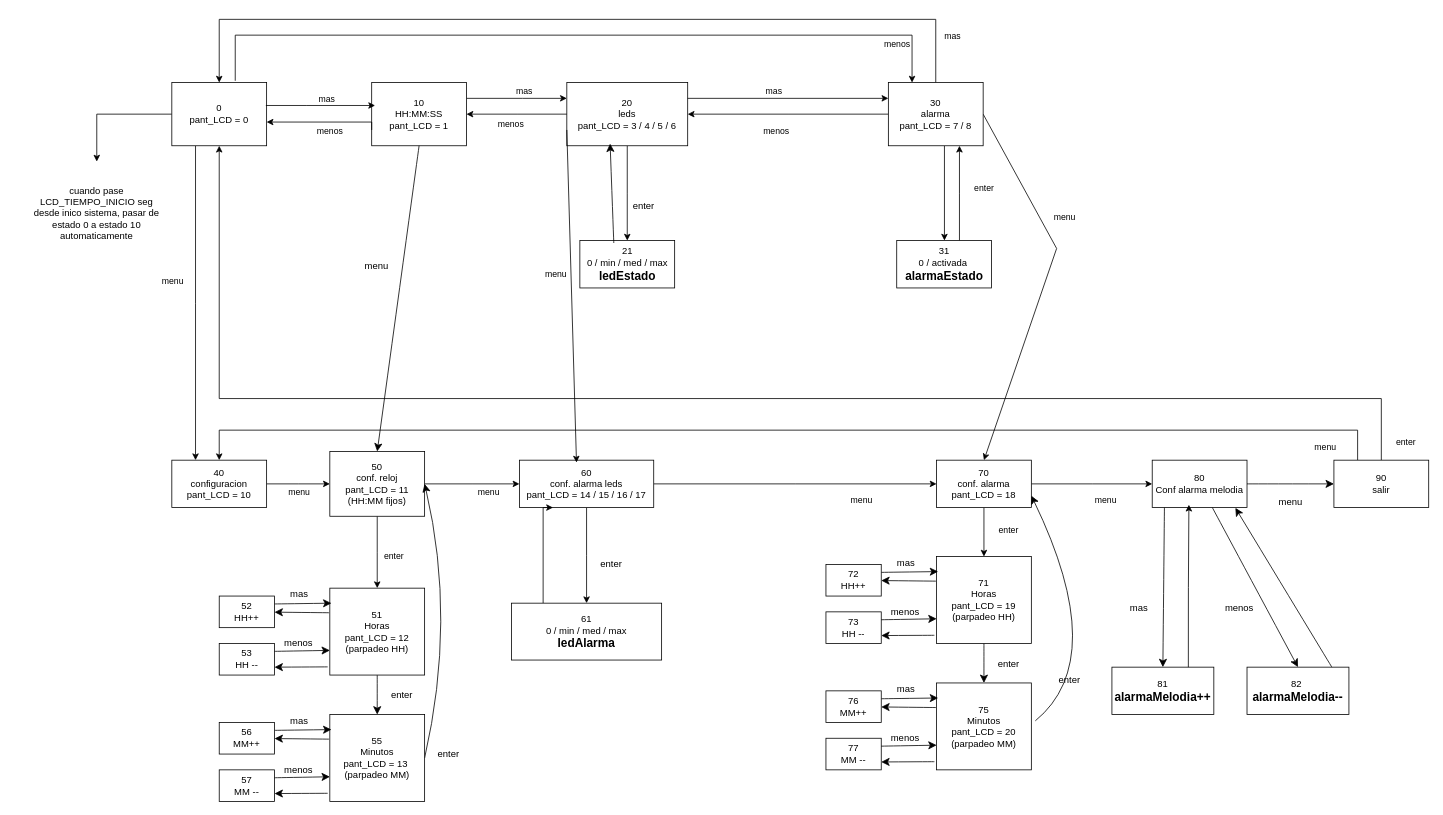
The draw.io diagram page "menu - maqEstados" (3 of 3) of despertadorSolar.drawio in jormiDev/despertadorSolar, before the edit. Source tidied: cells renumbered, new cells numbered last; positions are measured from the earlier drawing's top-left corner, leaving out a move shared by most shapes. Both pictures are drawn from the tidied source at 79%, with x=0, y=0 at pixel (29, 19).
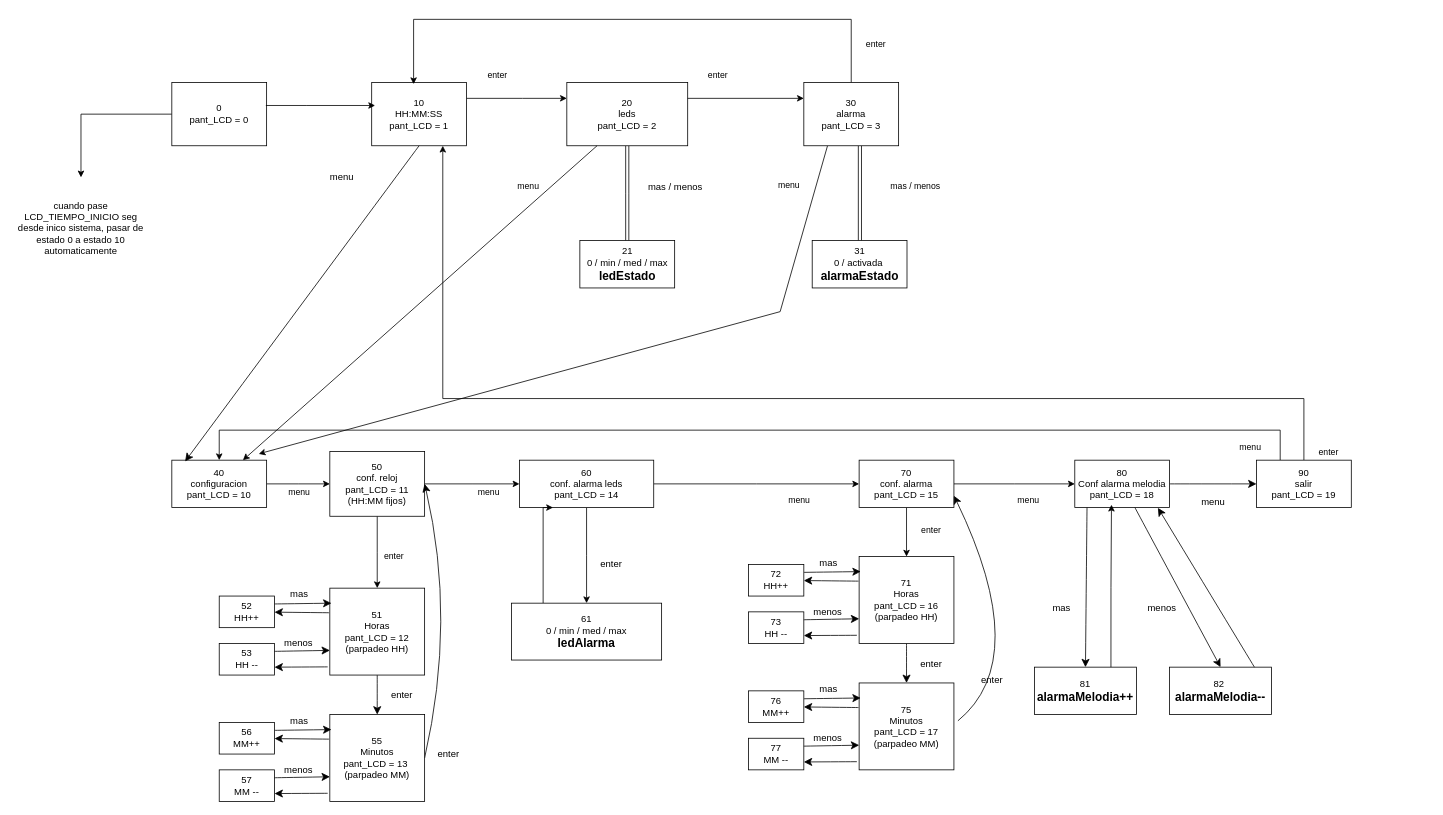
After the change.

The change refers to these unchanged cells:
```xml
<mxCell id="7" value="0&lt;div&gt;pant_LCD = 0&lt;/div&gt;" style="rounded=0;whiteSpace=wrap;html=1;" parent="1" vertex="1">
  <mxGeometry x="180" y="80" width="120" height="80" as="geometry" />
</mxCell>
<mxCell id="8" style="edgeStyle=elbowEdgeStyle;rounded=0;jettySize=auto;html=1;exitX=1;exitY=0.25;exitDx=0;exitDy=0;entryX=0;entryY=0.25;entryDx=0;entryDy=0;" parent="1" edge="1" source="10" target="24">
  <mxGeometry relative="1" as="geometry">
    <Array as="points">
      <mxPoint x="624" y="100" />
      <mxPoint x="634" y="100" />
    </Array>
  </mxGeometry>
</mxCell>
<mxCell id="10" value="10&lt;div&gt;HH:MM:SS&lt;/div&gt;&lt;div&gt;pant_LCD = 1&lt;/div&gt;" style="rounded=0;whiteSpace=wrap;html=1;" parent="1" vertex="1">
  <mxGeometry x="433" y="80" width="120" height="80" as="geometry" />
</mxCell>
<mxCell id="22" style="edgeStyle=elbowEdgeStyle;rounded=0;jettySize=auto;html=1;exitX=1;exitY=0.25;exitDx=0;exitDy=0;entryX=0;entryY=0.25;entryDx=0;entryDy=0;" parent="1" edge="1" source="24" target="19">
  <mxGeometry relative="1" as="geometry">
    <Array as="points">
      <mxPoint x="820" y="110" />
    </Array>
  </mxGeometry>
</mxCell>
<mxCell id="27" value="40&lt;div&gt;configuracion&lt;/div&gt;&lt;div&gt;pant_LCD = 10&lt;/div&gt;" style="rounded=0;whiteSpace=wrap;html=1;" parent="1" vertex="1">
  <mxGeometry x="180" y="558" width="120" height="60" as="geometry" />
</mxCell>
<mxCell id="30" value="21&lt;div&gt;0 / min / med / max&lt;/div&gt;&lt;div&gt;&lt;b&gt;&lt;font style=&quot;font-size: 15px;&quot;&gt;ledEstado&lt;/font&gt;&lt;/b&gt;&lt;/div&gt;" style="rounded=0;whiteSpace=wrap;html=1;" parent="1" vertex="1">
  <mxGeometry x="696.5" y="280" width="120" height="60" as="geometry" />
</mxCell>
<mxCell id="35" style="edgeStyle=elbowEdgeStyle;rounded=0;jettySize=auto;html=1;entryX=0.036;entryY=0.363;entryDx=0;entryDy=0;entryPerimeter=0;exitX=0.992;exitY=0.363;exitDx=0;exitDy=0;exitPerimeter=0;" parent="1" edge="1" source="7" target="10">
  <mxGeometry relative="1" as="geometry">
    <Array as="points">
      <mxPoint x="350" y="120" />
    </Array>
  </mxGeometry>
</mxCell>
<mxCell id="41" value="50&lt;br&gt;&lt;div&gt;conf. reloj&lt;/div&gt;&lt;div&gt;pant_LCD = 11&lt;/div&gt;&lt;div&gt;(HH:MM fijos)&lt;/div&gt;" style="rounded=0;whiteSpace=wrap;html=1;" parent="1" vertex="1">
  <mxGeometry x="380" y="547" width="120" height="82" as="geometry" />
</mxCell>
```

The edit, as a diff of the source:
```diff
@@
-    <mxCell id="2" style="edgeStyle=elbowEdgeStyle;rounded=0;jettySize=auto;html=1;entryX=0.25;entryY=0;entryDx=0;entryDy=0;exitX=0.25;exitY=1;exitDx=0;exitDy=0;" parent="1" edge="1" source="7" target="27">
-      <mxGeometry relative="1" as="geometry">
-        <Array as="points">
-          <mxPoint x="210" y="360" />
-        </Array>
-      </mxGeometry>
-    </mxCell>
-    <mxCell id="3" value="menu" style="edgeLabel;html=1;align=center;verticalAlign=middle;" parent="2" vertex="1">
-      <mxGeometry x="0.28" y="2" relative="1" as="geometry">
-        <mxPoint x="-32" y="-85" as="offset" />
-      </mxGeometry>
-    </mxCell>
-    <mxCell id="4" style="edgeStyle=elbowEdgeStyle;rounded=0;jettySize=auto;html=1;entryX=0.25;entryY=0;entryDx=0;entryDy=0;exitX=0.669;exitY=-0.028;exitDx=0;exitDy=0;exitPerimeter=0;" parent="1" edge="1" source="7" target="19">
-      <mxGeometry relative="1" as="geometry">
-        <Array as="points">
-          <mxPoint x="620" y="20" />
-        </Array>
-      </mxGeometry>
-    </mxCell>
-    <mxCell id="5" value="menos" style="edgeLabel;html=1;align=center;verticalAlign=middle;" parent="4" vertex="1">
-      <mxGeometry x="0.9" y="-1" relative="1" as="geometry">
-        <mxPoint x="-19" as="offset" />
-      </mxGeometry>
-    </mxCell>
@@
-    <mxCell id="9" value="mas" style="edgeLabel;html=1;align=center;verticalAlign=middle;" parent="8" vertex="1">
+    <mxCell id="9" value="enter" style="edgeLabel;html=1;align=center;verticalAlign=middle;" parent="8" vertex="1">
       <mxGeometry x="-0.47" y="-2" relative="1" as="geometry">
-        <mxPoint x="38" y="-12" as="offset" />
+        <mxPoint x="4" y="-32" as="offset" />
       </mxGeometry>
     </mxCell>
@@
-    <mxCell id="11" style="edgeStyle=elbowEdgeStyle;rounded=0;jettySize=auto;html=1;entryX=1;entryY=0.5;entryDx=0;entryDy=0;exitX=0;exitY=0.5;exitDx=0;exitDy=0;" parent="1" edge="1" source="19" target="24">
-      <mxGeometry relative="1" as="geometry" />
-    </mxCell>
-    <mxCell id="12" value="menos" style="edgeLabel;html=1;align=center;verticalAlign=middle;" parent="11" vertex="1">
-      <mxGeometry x="-0.5" y="2" relative="1" as="geometry">
-        <mxPoint x="-79" y="18" as="offset" />
-      </mxGeometry>
-    </mxCell>
-    <mxCell id="13" style="edgeStyle=elbowEdgeStyle;rounded=0;jettySize=auto;html=1;entryX=0.5;entryY=0;entryDx=0;entryDy=0;" parent="1" edge="1" source="19" target="7">
+    <mxCell id="13" style="edgeStyle=elbowEdgeStyle;rounded=0;jettySize=auto;html=1;entryX=0.442;entryY=0.025;entryDx=0;entryDy=0;entryPerimeter=0;" parent="1" edge="1" source="19" target="10">
       <mxGeometry relative="1" as="geometry">
         <Array as="points">
           <mxPoint x="600" />
         </Array>
       </mxGeometry>
     </mxCell>
-    <mxCell id="14" value="mas" style="edgeLabel;html=1;align=center;verticalAlign=middle;" parent="13" vertex="1">
+    <mxCell id="14" value="enter" style="edgeLabel;html=1;align=center;verticalAlign=middle;" parent="13" vertex="1">
       <mxGeometry x="-0.89" relative="1" as="geometry">
-        <mxPoint x="20" y="-1" as="offset" />
+        <mxPoint x="30" y="-10" as="offset" />
       </mxGeometry>
     </mxCell>
-    <mxCell id="15" style="edgeStyle=elbowEdgeStyle;rounded=0;jettySize=auto;html=1;entryX=0.5;entryY=0;entryDx=0;entryDy=0;" parent="1" edge="1" source="19" target="50">
+    <mxCell id="15" style="edgeStyle=elbowEdgeStyle;rounded=0;jettySize=auto;html=1;entryX=0.5;entryY=0;entryDx=0;entryDy=0;shape=link;" parent="1" edge="1" source="19" target="50">
       <mxGeometry relative="1" as="geometry" />
     </mxCell>
-    <mxCell id="16" value="enter" style="edgeLabel;html=1;align=center;verticalAlign=middle;" parent="15" vertex="1">
+    <mxCell id="16" value="mas / menos" style="edgeLabel;html=1;align=center;verticalAlign=middle;" parent="15" vertex="1">
       <mxGeometry x="0.49" y="2" relative="1" as="geometry">
-        <mxPoint x="47" y="-37" as="offset" />
+        <mxPoint x="67" y="-40" as="offset" />
       </mxGeometry>
     </mxCell>
-    <mxCell id="17" style="rounded=0;jettySize=auto;html=1;entryX=0.5;entryY=0;entryDx=0;entryDy=0;exitX=1;exitY=0.5;exitDx=0;exitDy=0;elbow=vertical;" parent="1" edge="1" source="19" target="55">
+    <mxCell id="17" style="rounded=0;jettySize=auto;html=1;exitX=0.25;exitY=1;exitDx=0;exitDy=0;elbow=vertical;" parent="1" edge="1" source="19">
       <mxGeometry relative="1" as="geometry">
+        <mxPoint x="290" y="550" as="targetPoint" />
         <Array as="points">
-          <mxPoint x="1300" y="290" />
+          <mxPoint x="950" y="370" />
         </Array>
       </mxGeometry>
     </mxCell>
     <mxCell id="18" value="menu" style="edgeLabel;html=1;align=center;verticalAlign=middle;" parent="17" vertex="1">
       <mxGeometry x="0.28" y="1" relative="1" as="geometry">
-        <mxPoint x="45" y="-146" as="offset" />
+        <mxPoint x="357" y="-256" as="offset" />
       </mxGeometry>
     </mxCell>
-    <mxCell id="19" value="30&lt;div&gt;alarma&lt;/div&gt;&lt;div&gt;pant_LCD = 7 / 8&lt;/div&gt;" style="rounded=0;whiteSpace=wrap;html=1;" parent="1" vertex="1">
-      <mxGeometry x="1087" y="80" width="120" height="80" as="geometry" />
+    <mxCell id="19" value="30&lt;div&gt;alarma&lt;/div&gt;&lt;div&gt;pant_LCD = 3&lt;/div&gt;" style="rounded=0;whiteSpace=wrap;html=1;" parent="1" vertex="1">
+      <mxGeometry x="980" y="80" width="120" height="80" as="geometry" />
     </mxCell>
-    <mxCell id="20" style="edgeStyle=elbowEdgeStyle;rounded=0;jettySize=auto;html=1;elbow=vertical;" parent="1" edge="1" source="24" target="30">
+    <mxCell id="20" style="edgeStyle=elbowEdgeStyle;rounded=0;jettySize=auto;html=1;elbow=vertical;shape=link;" parent="1" edge="1" source="24" target="30">
       <mxGeometry relative="1" as="geometry" />
     </mxCell>
-    <mxCell id="21" value="enter" style="edgeLabel;html=1;align=center;verticalAlign=middle;fontSize=12;" parent="20" vertex="1">
+    <mxCell id="21" value="mas / menos" style="edgeLabel;html=1;align=center;verticalAlign=middle;fontSize=12;" parent="20" vertex="1">
       <mxGeometry x="0.37" y="-2" relative="1" as="geometry">
-        <mxPoint x="22" y="-7" as="offset" />
+        <mxPoint x="62" y="-31" as="offset" />
       </mxGeometry>
     </mxCell>
@@
-    <mxCell id="23" value="mas" style="edgeLabel;html=1;align=center;verticalAlign=middle;" parent="22" vertex="1">
+    <mxCell id="23" value="enter" style="edgeLabel;html=1;align=center;verticalAlign=middle;" parent="22" vertex="1">
       <mxGeometry x="0.42" y="1" relative="1" as="geometry">
-        <mxPoint x="-65" y="-9" as="offset" />
+        <mxPoint x="-60" y="-29" as="offset" />
       </mxGeometry>
     </mxCell>
-    <mxCell id="24" value="20&lt;div&gt;leds&lt;/div&gt;&lt;div&gt;pant_LCD = 3 / 4 / 5 / 6&lt;/div&gt;" style="rounded=0;whiteSpace=wrap;html=1;" parent="1" vertex="1">
+    <mxCell id="24" value="20&lt;div&gt;leds&lt;/div&gt;&lt;div&gt;pant_LCD = 2&lt;/div&gt;" style="rounded=0;whiteSpace=wrap;html=1;" parent="1" vertex="1">
       <mxGeometry x="680" y="80" width="153" height="80" as="geometry" />
     </mxCell>
@@
-    <mxCell id="28" style="edgeStyle=none;curved=1;rounded=0;jettySize=auto;html=1;entryX=0.5;entryY=0;entryDx=0;entryDy=0;fontSize=12;startSize=8;endSize=8;exitX=0.5;exitY=1;exitDx=0;exitDy=0;" parent="1" edge="1" source="10" target="41">
+    <mxCell id="28" style="edgeStyle=none;curved=1;rounded=0;jettySize=auto;html=1;entryX=0.14;entryY=0.026;entryDx=0;entryDy=0;fontSize=12;startSize=8;endSize=8;exitX=0.5;exitY=1;exitDx=0;exitDy=0;entryPerimeter=0;" parent="1" edge="1" source="10" target="27">
       <mxGeometry relative="1" as="geometry" />
     </mxCell>
     <mxCell id="29" value="menu" style="edgeLabel;html=1;align=center;verticalAlign=middle;fontSize=12;" parent="28" vertex="1">
       <mxGeometry x="-0.19" y="-3" relative="1" as="geometry">
-        <mxPoint x="-30" y="-4" as="offset" />
+        <mxPoint x="24" y="-120" as="offset" />
       </mxGeometry>
     </mxCell>
@@
-    <mxCell id="31" style="edgeStyle=elbowEdgeStyle;rounded=0;jettySize=auto;html=1;elbow=vertical;exitX=0;exitY=0.75;exitDx=0;exitDy=0;" parent="1" edge="1" source="10">
-      <mxGeometry relative="1" as="geometry">
-        <mxPoint x="300" y="130" as="targetPoint" />
-        <Array as="points">
-          <mxPoint x="340" y="130" />
-        </Array>
-      </mxGeometry>
-    </mxCell>
-    <mxCell id="32" value="menos" style="edgeLabel;html=1;align=center;verticalAlign=middle;" parent="31" vertex="1">
-      <mxGeometry x="-0.36" y="-1" relative="1" as="geometry">
-        <mxPoint x="-18" y="11" as="offset" />
-      </mxGeometry>
-    </mxCell>
-    <mxCell id="33" style="edgeStyle=elbowEdgeStyle;rounded=0;jettySize=auto;html=1;entryX=1;entryY=0.5;entryDx=0;entryDy=0;exitX=0;exitY=0.5;exitDx=0;exitDy=0;" parent="1" edge="1" source="24" target="10">
-      <mxGeometry relative="1" as="geometry" />
-    </mxCell>
-    <mxCell id="34" value="menos" style="edgeLabel;html=1;align=center;verticalAlign=middle;" parent="33" vertex="1">
-      <mxGeometry x="-0.53" y="-1" relative="1" as="geometry">
-        <mxPoint x="-42" y="13" as="offset" />
-      </mxGeometry>
-    </mxCell>
@@
-    <mxCell id="36" value="mas" style="edgeLabel;html=1;align=center;verticalAlign=middle;" parent="35" vertex="1">
-      <mxGeometry x="0.42" y="-1" relative="1" as="geometry">
-        <mxPoint x="-22" y="-10" as="offset" />
-      </mxGeometry>
-    </mxCell>
@@
-    <mxCell id="46" value="60&lt;br&gt;&lt;div&gt;conf. alarma leds&lt;/div&gt;&lt;div&gt;pant_LCD = 14 / 15 / 16 / 17&lt;/div&gt;" style="rounded=0;whiteSpace=wrap;html=1;" parent="1" vertex="1">
+    <mxCell id="46" value="60&lt;br&gt;&lt;div&gt;conf. alarma leds&lt;/div&gt;&lt;div&gt;pant_LCD = 14&lt;/div&gt;" style="rounded=0;whiteSpace=wrap;html=1;" parent="1" vertex="1">
       <mxGeometry x="620" y="558" width="170" height="60" as="geometry" />
     </mxCell>
-    <mxCell id="47" style="rounded=0;jettySize=auto;html=1;entryX=0.425;entryY=0.05;entryDx=0;entryDy=0;entryPerimeter=0;exitX=0;exitY=0.75;exitDx=0;exitDy=0;elbow=vertical;" parent="1" edge="1" source="24" target="46">
+    <mxCell id="47" style="rounded=0;jettySize=auto;html=1;entryX=0.75;entryY=0;entryDx=0;entryDy=0;exitX=0.25;exitY=1;exitDx=0;exitDy=0;elbow=vertical;" parent="1" edge="1" source="24" target="27">
       <mxGeometry relative="1" as="geometry" />
     </mxCell>
     <mxCell id="48" value="menu" style="edgeLabel;html=1;align=center;verticalAlign=middle;" parent="47" vertex="1">
       <mxGeometry x="0.13" y="-4" relative="1" as="geometry">
-        <mxPoint x="-17" y="-56" as="offset" />
+        <mxPoint x="168" y="-172" as="offset" />
       </mxGeometry>
     </mxCell>
-    <mxCell id="49" style="edgeStyle=elbowEdgeStyle;rounded=0;jettySize=auto;html=1;entryX=0.75;entryY=1;entryDx=0;entryDy=0;" parent="1" edge="1" source="50" target="19">
-      <mxGeometry relative="1" as="geometry" />
-    </mxCell>
     <mxCell id="50" value="31&lt;div&gt;&lt;div&gt;0 /&amp;nbsp;&lt;span style=&quot;background-color: transparent; color: light-dark(rgb(0, 0, 0), rgb(255, 255, 255));&quot;&gt;activada&amp;nbsp;&lt;/span&gt;&lt;/div&gt;&lt;/div&gt;&lt;div&gt;&lt;b&gt;&lt;font style=&quot;font-size: 15px;&quot;&gt;alarmaEstado&lt;/font&gt;&lt;/b&gt;&lt;/div&gt;" style="rounded=0;whiteSpace=wrap;html=1;" parent="1" vertex="1">
-      <mxGeometry x="1097.6" y="280" width="120" height="60" as="geometry" />
+      <mxGeometry x="990.6" y="280" width="120" height="60" as="geometry" />
     </mxCell>
@@
-    <mxCell id="55" value="70&lt;div&gt;conf. alarma&lt;/div&gt;&lt;div&gt;pant_LCD = 18&lt;/div&gt;" style="rounded=0;whiteSpace=wrap;html=1;" parent="1" vertex="1">
-      <mxGeometry x="1148" y="558" width="120" height="60" as="geometry" />
+    <mxCell id="55" value="70&lt;div&gt;conf. alarma&lt;/div&gt;&lt;div&gt;pant_LCD = 15&lt;/div&gt;" style="rounded=0;whiteSpace=wrap;html=1;" parent="1" vertex="1">
+      <mxGeometry x="1050" y="558" width="120" height="60" as="geometry" />
     </mxCell>
-    <mxCell id="56" style="rounded=0;jettySize=auto;html=1;entryX=0.5;entryY=1;entryDx=0;entryDy=0;exitX=0.5;exitY=0;exitDx=0;exitDy=0;elbow=vertical;edgeStyle=elbowEdgeStyle;" parent="1" edge="1" source="60" target="7">
+    <mxCell id="56" style="rounded=0;jettySize=auto;html=1;entryX=0.75;entryY=1;entryDx=0;entryDy=0;exitX=0.5;exitY=0;exitDx=0;exitDy=0;elbow=vertical;edgeStyle=elbowEdgeStyle;" parent="1" edge="1" source="60" target="10">
       <mxGeometry relative="1" as="geometry">
         <Array as="points">
           <mxPoint x="770" y="480" />
         </Array>
       </mxGeometry>
     </mxCell>
@@
-    <mxCell id="60" value="90&lt;div&gt;salir&lt;/div&gt;" style="rounded=0;whiteSpace=wrap;html=1;" parent="1" vertex="1">
-      <mxGeometry x="1651" y="558" width="120" height="60" as="geometry" />
+    <mxCell id="60" value="90&lt;div&gt;salir&lt;/div&gt;&lt;div&gt;pant_LCD = 19&lt;/div&gt;" style="rounded=0;whiteSpace=wrap;html=1;" parent="1" vertex="1">
+      <mxGeometry x="1553" y="558" width="120" height="60" as="geometry" />
     </mxCell>
@@
-    <mxCell id="91" value="71&lt;div&gt;&lt;div&gt;Horas&lt;/div&gt;&lt;div&gt;pant_LCD = 19&lt;/div&gt;&lt;div&gt;(parpadeo HH)&lt;/div&gt;&lt;/div&gt;" style="whiteSpace=wrap;html=1;rounded=0;" parent="1" vertex="1">
-      <mxGeometry x="1148" y="680" width="120" height="110" as="geometry" />
+    <mxCell id="91" value="71&lt;div&gt;&lt;div&gt;Horas&lt;/div&gt;&lt;div&gt;pant_LCD = 16&lt;/div&gt;&lt;div&gt;(parpadeo HH)&lt;/div&gt;&lt;/div&gt;" style="whiteSpace=wrap;html=1;rounded=0;" parent="1" vertex="1">
+      <mxGeometry x="1050" y="680" width="120" height="110" as="geometry" />
     </mxCell>
@@
     <mxCell id="93" value="72&lt;div&gt;HH++&lt;/div&gt;" style="whiteSpace=wrap;html=1;rounded=0;" parent="1" vertex="1">
-      <mxGeometry x="1008" y="690" width="70" height="40" as="geometry" />
+      <mxGeometry x="910" y="690" width="70" height="40" as="geometry" />
     </mxCell>
     <mxCell id="94" value="73&lt;div&gt;HH --&lt;/div&gt;" style="whiteSpace=wrap;html=1;rounded=0;" parent="1" vertex="1">
-      <mxGeometry x="1008" y="750" width="70" height="40" as="geometry" />
+      <mxGeometry x="910" y="750" width="70" height="40" as="geometry" />
     </mxCell>
@@
     <mxCell id="100" value="enter" style="edgeLabel;html=1;align=center;verticalAlign=middle;fontSize=12;" parent="1" vertex="1">
-      <mxGeometry x="1297.6" y="889.6" as="geometry">
+      <mxGeometry x="1199.6" y="889.6" as="geometry">
         <mxPoint x="18" y="-53" as="offset" />
       </mxGeometry>
     </mxCell>
     <mxCell id="101" style="edgeStyle=none;curved=1;rounded=0;jettySize=auto;html=1;entryX=1;entryY=0.75;entryDx=0;entryDy=0;fontSize=12;startSize=8;endSize=8;exitX=1.042;exitY=0.436;exitDx=0;exitDy=0;exitPerimeter=0;" parent="1" edge="1" source="102" target="55">
       <mxGeometry relative="1" as="geometry">
         <Array as="points">
-          <mxPoint x="1368" y="810" />
+          <mxPoint x="1270" y="810" />
         </Array>
       </mxGeometry>
     </mxCell>
-    <mxCell id="102" value="75&lt;div&gt;Minutos&lt;/div&gt;&lt;div&gt;pant_LCD = 20&lt;/div&gt;&lt;div&gt;&lt;div&gt;(parpadeo MM)&lt;/div&gt;&lt;/div&gt;" style="whiteSpace=wrap;html=1;rounded=0;" parent="1" vertex="1">
-      <mxGeometry x="1148" y="840" width="120" height="110" as="geometry" />
+    <mxCell id="102" value="75&lt;div&gt;Minutos&lt;/div&gt;&lt;div&gt;pant_LCD = 17&lt;/div&gt;&lt;div&gt;&lt;div&gt;(parpadeo MM)&lt;/div&gt;&lt;/div&gt;" style="whiteSpace=wrap;html=1;rounded=0;" parent="1" vertex="1">
+      <mxGeometry x="1050" y="840" width="120" height="110" as="geometry" />
     </mxCell>
@@
     <mxCell id="104" value="76&lt;div&gt;MM++&lt;/div&gt;" style="whiteSpace=wrap;html=1;rounded=0;" parent="1" vertex="1">
-      <mxGeometry x="1008" y="850" width="70" height="40" as="geometry" />
+      <mxGeometry x="910" y="850" width="70" height="40" as="geometry" />
     </mxCell>
     <mxCell id="105" value="&lt;div&gt;77&lt;/div&gt;&lt;div&gt;MM --&lt;/div&gt;" style="whiteSpace=wrap;html=1;rounded=0;" parent="1" vertex="1">
-      <mxGeometry x="1008" y="910" width="70" height="40" as="geometry" />
+      <mxGeometry x="910" y="910" width="70" height="40" as="geometry" />
     </mxCell>
@@
-    <mxCell id="111" value="80&lt;div&gt;Conf alarma melodia&lt;/div&gt;" style="rounded=0;whiteSpace=wrap;html=1;" parent="1" vertex="1">
-      <mxGeometry x="1421" y="558" width="120" height="60" as="geometry" />
+    <mxCell id="111" value="80&lt;div&gt;Conf alarma melodia&lt;/div&gt;&lt;div&gt;pant_LCD = 18&lt;/div&gt;" style="rounded=0;whiteSpace=wrap;html=1;" parent="1" vertex="1">
+      <mxGeometry x="1323" y="558" width="120" height="60" as="geometry" />
     </mxCell>
@@
     <mxCell id="113" value="&lt;div&gt;82&amp;nbsp;&lt;/div&gt;&lt;div&gt;&lt;b style=&quot;background-color: transparent; color: light-dark(rgb(0, 0, 0), rgb(255, 255, 255));&quot;&gt;&lt;font style=&quot;font-size: 15px;&quot;&gt;alarmaMelodia--&lt;/font&gt;&lt;/b&gt;&lt;/div&gt;" style="whiteSpace=wrap;html=1;rounded=0;" parent="1" vertex="1">
-      <mxGeometry x="1541" y="820" width="129" height="60" as="geometry" />
+      <mxGeometry x="1443" y="820" width="129" height="60" as="geometry" />
     </mxCell>
@@
-    <mxCell id="116" style="edgeStyle=none;curved=1;rounded=0;jettySize=auto;html=1;entryX=0.358;entryY=0.966;entryDx=0;entryDy=0;entryPerimeter=0;fontSize=12;startSize=8;endSize=8;exitX=0.358;exitY=0.051;exitDx=0;exitDy=0;exitPerimeter=0;" parent="1" edge="1" source="30" target="24">
-      <mxGeometry relative="1" as="geometry" />
-    </mxCell>
     <mxCell id="117" value="81&lt;div&gt;&lt;b&gt;&lt;font style=&quot;font-size: 15px;&quot;&gt;alarmaMelodia++&lt;/font&gt;&lt;/b&gt;&lt;/div&gt;" style="whiteSpace=wrap;html=1;rounded=0;" parent="1" vertex="1">
-      <mxGeometry x="1370" y="820" width="129" height="60" as="geometry" />
+      <mxGeometry x="1272" y="820" width="129" height="60" as="geometry" />
     </mxCell>
@@
     <mxCell id="119" value="cuando pase LCD_TIEMPO_INICIO seg desde inico sistema, pasar de estado 0 a estado 10 automaticamente" style="text;strokeColor=none;align=center;fillColor=none;html=1;verticalAlign=middle;whiteSpace=wrap;rounded=0;" parent="1" vertex="1">
-      <mxGeometry y="180" width="170" height="130" as="geometry" />
+      <mxGeometry x="-20" y="200" width="170" height="130" as="geometry" />
     </mxCell>
```
